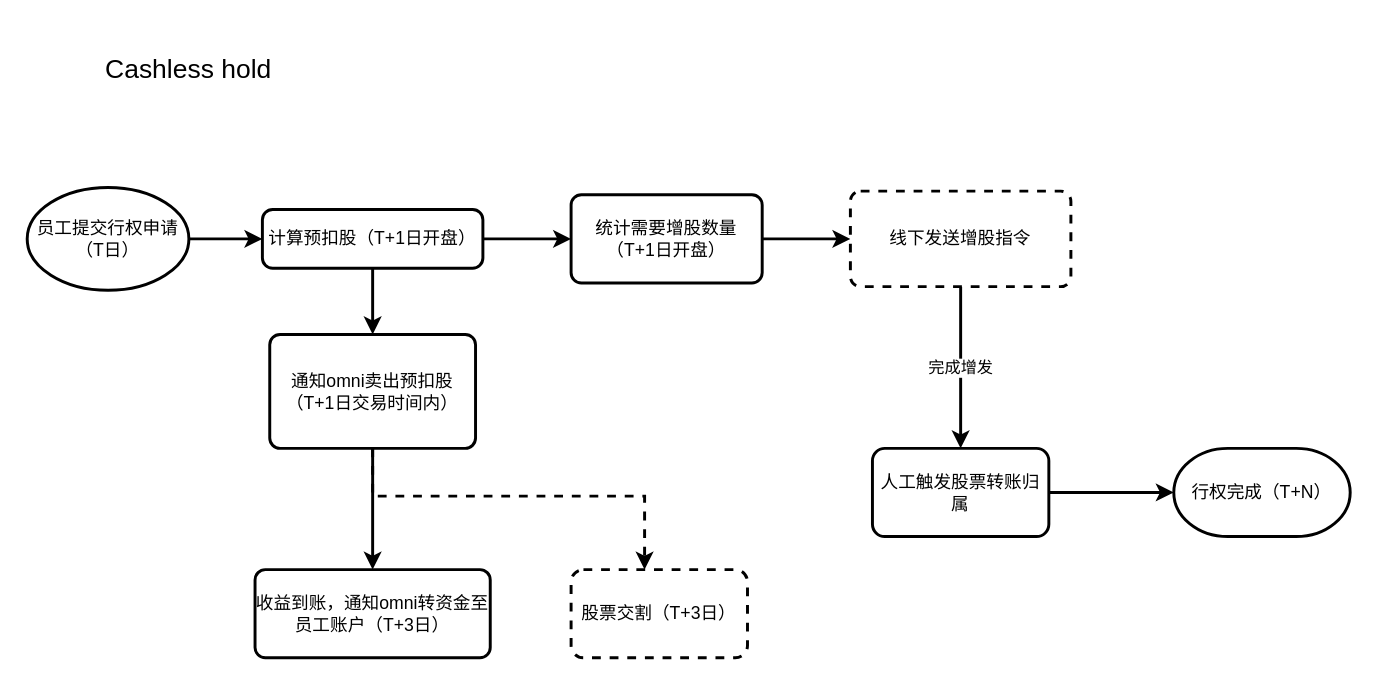
Before: 实时增发-Cashless hold.drawio in fengyong7723131/xiaoye, a draw.io diagram. Source tidied: cells renumbered, new cells numbered last; positions are measured from the earlier drawing's top-left corner, leaving out a move shared by most shapes. Both pictures are drawn from the tidied source at 147%, with x=0, y=0 at pixel (26, 25).
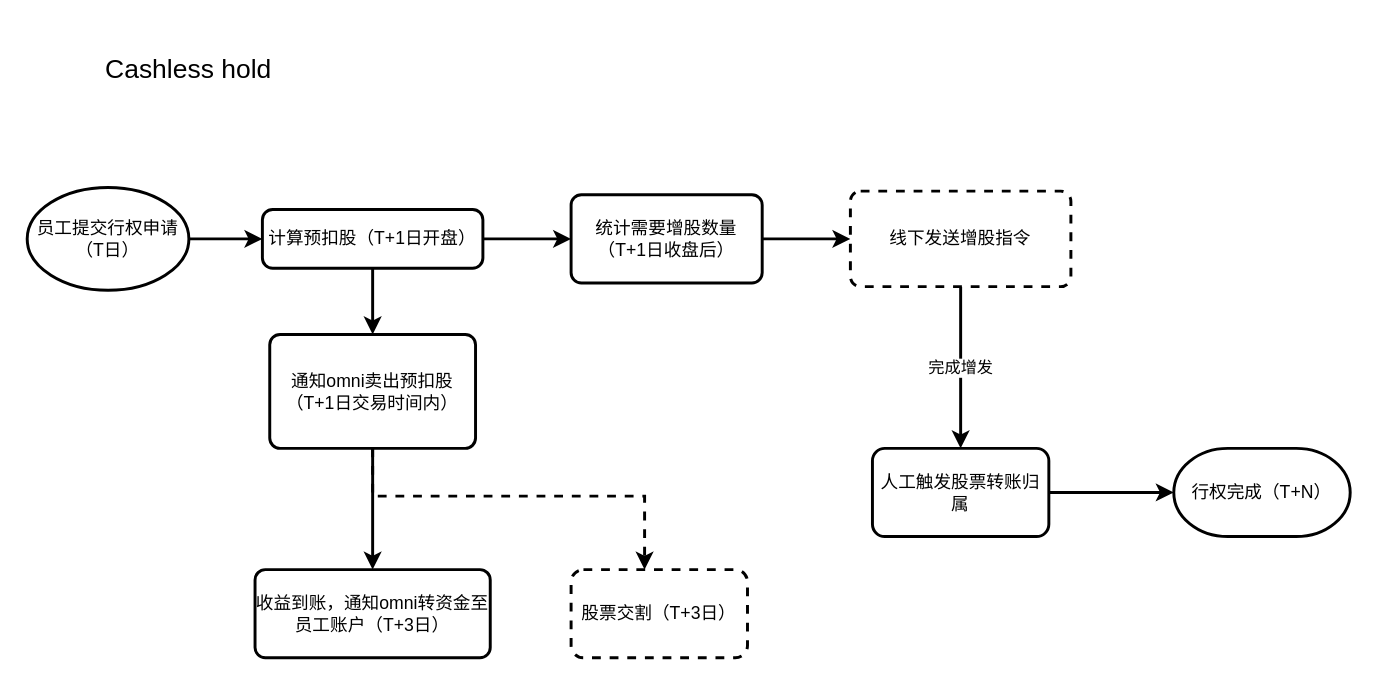
The same page after the edit.

Commit message:
更新实时增发-Cashless hold.drawio

Change to the diagram source:
```diff
@@
-    <mxCell id="12" value="统计需要增股数量（T+1日开盘）" style="rounded=1;whiteSpace=wrap;html=1;absoluteArcSize=1;arcSize=14;strokeWidth=2;" parent="1" vertex="1">
+    <mxCell id="12" value="统计需要增股数量（T+1日收盘后）" style="rounded=1;whiteSpace=wrap;html=1;absoluteArcSize=1;arcSize=14;strokeWidth=2;" parent="1" vertex="1">
       <mxGeometry x="370" y="115" width="130" height="60" as="geometry" />
     </mxCell>
```
